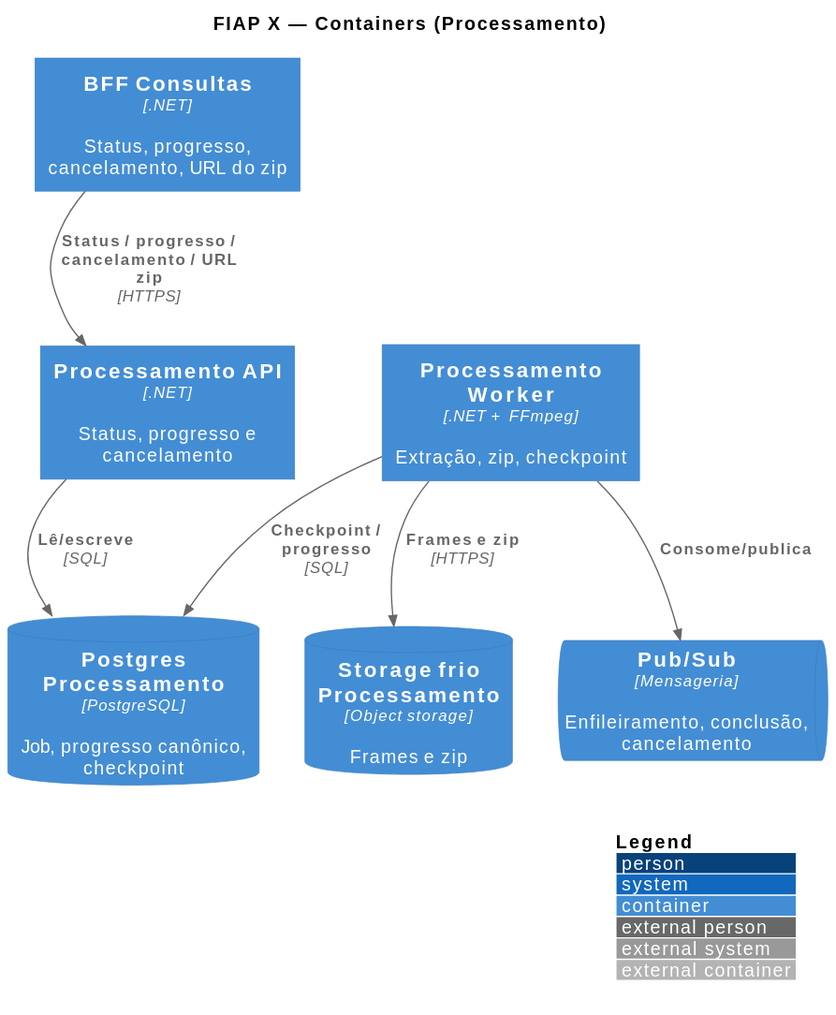
This is arquitetura/04_containers-processamento.svg from fiap-x-vcosta/docs, a PlantUML export, as it was before one commit.
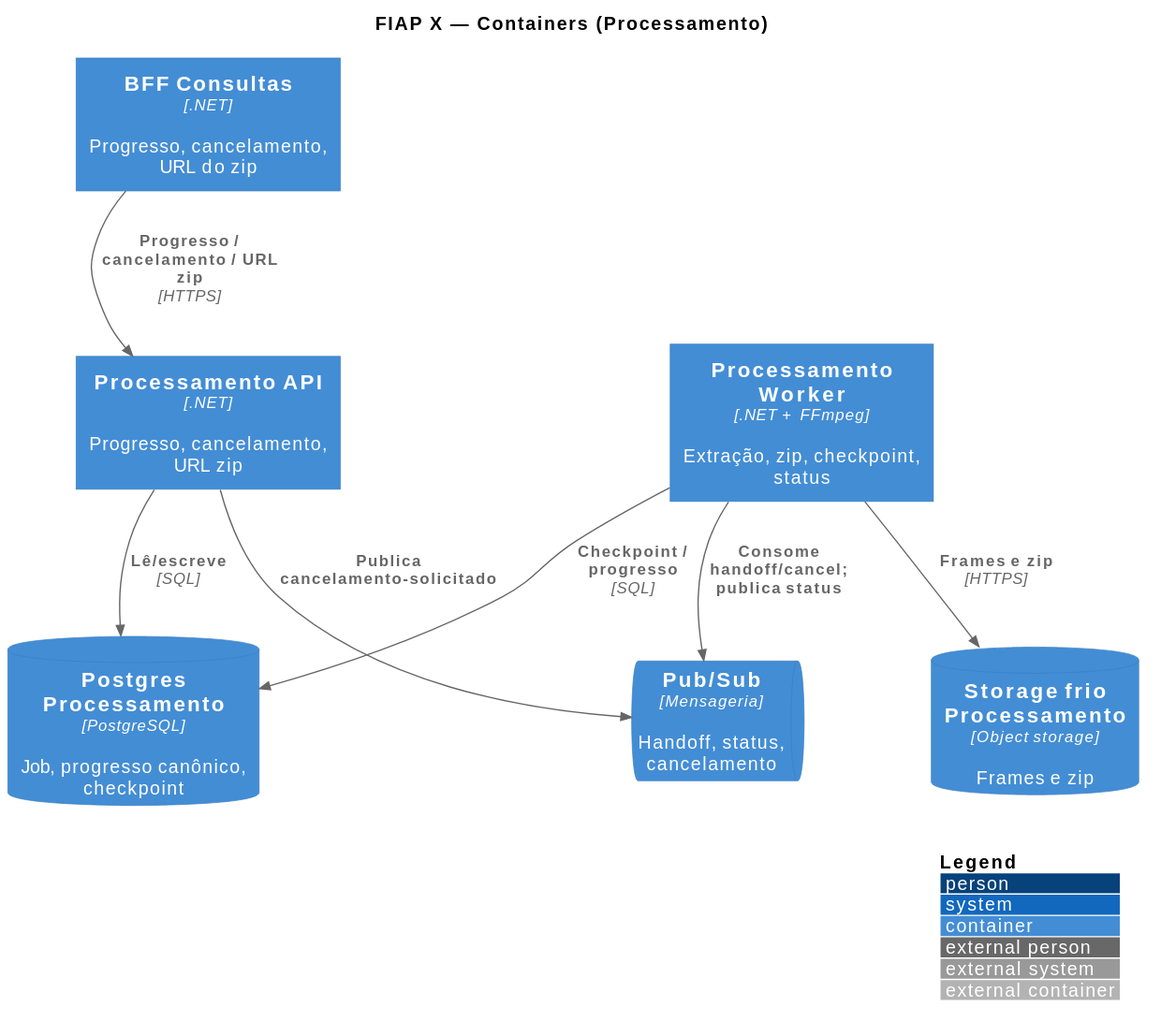
Later version of the same file.

Diff of the diagram source:
```diff
@@ -6,17 +6,18 @@
 
 title FIAP X — Containers (Processamento)
 
-Container(bff, "BFF Consultas", ".NET", "Status, progresso, cancelamento, URL do zip")
-Container(procApi, "Processamento API", ".NET", "Status, progresso e cancelamento")
-Container(procWorker, "Processamento Worker", ".NET + FFmpeg", "Extração, zip, checkpoint")
+Container(bff, "BFF Consultas", ".NET", "Progresso, cancelamento, URL do zip")
+Container(procApi, "Processamento API", ".NET", "Progresso, cancelamento, URL zip")
+Container(procWorker, "Processamento Worker", ".NET + FFmpeg", "Extração, zip, checkpoint, status")
 ContainerDb(pgProc, "Postgres Processamento", "PostgreSQL", "Job, progresso canônico, checkpoint")
 ContainerDb(frioProc, "Storage frio Processamento", "Object storage", "Frames e zip")
-ContainerQueue(pubsub, "Pub/Sub", "Mensageria", "Enfileiramento, conclusão, cancelamento")
+ContainerQueue(pubsub, "Pub/Sub", "Mensageria", "Handoff, status, cancelamento")
 
-Rel(bff, procApi, "Status / progresso / cancelamento / URL zip", "HTTPS")
+Rel(bff, procApi, "Progresso / cancelamento / URL zip", "HTTPS")
 Rel(procApi, pgProc, "Lê/escreve", "SQL")
+Rel(procApi, pubsub, "Publica cancelamento-solicitado")
 Rel(procWorker, pgProc, "Checkpoint / progresso", "SQL")
-Rel(procWorker, pubsub, "Consome/publica")
+Rel(procWorker, pubsub, "Consome handoff/cancel; publica status")
 Rel(procWorker, frioProc, "Frames e zip", "HTTPS")
 
 Lay_D(bff, procApi)
```
